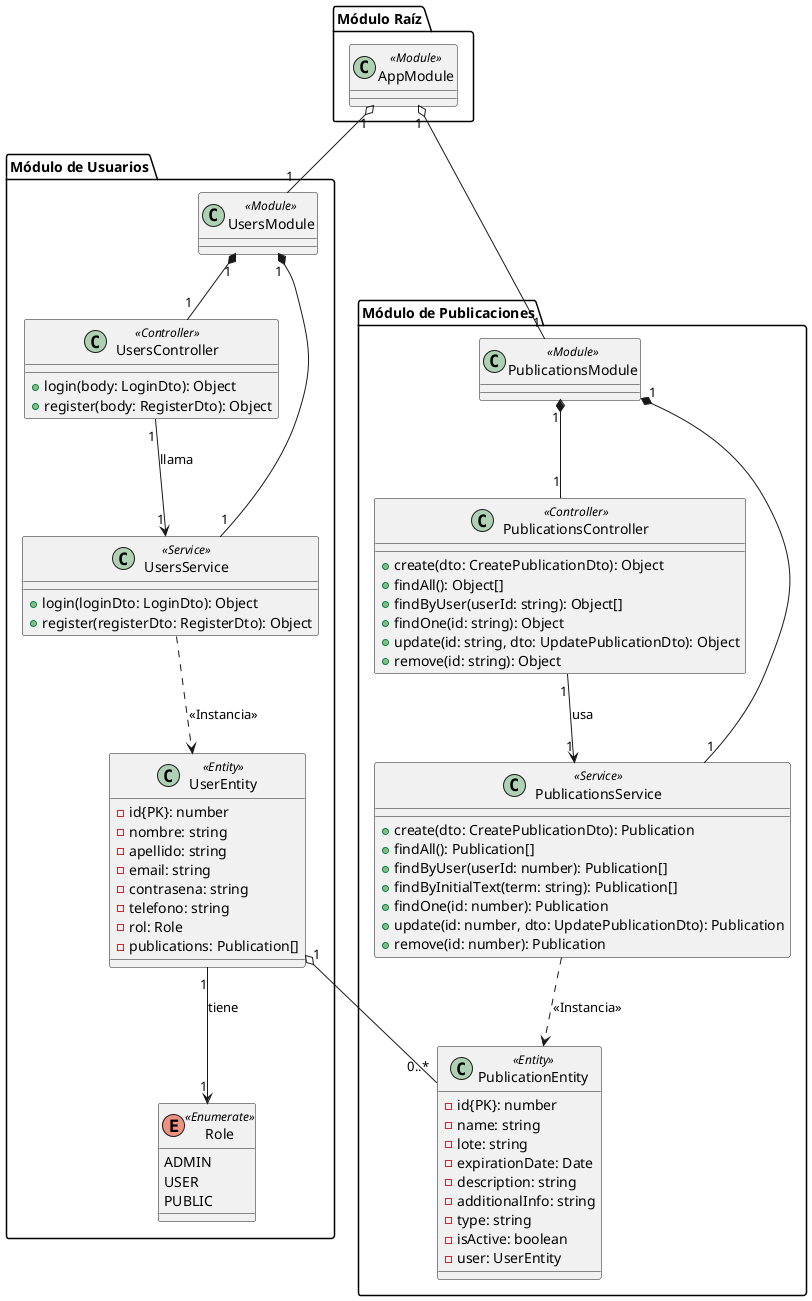
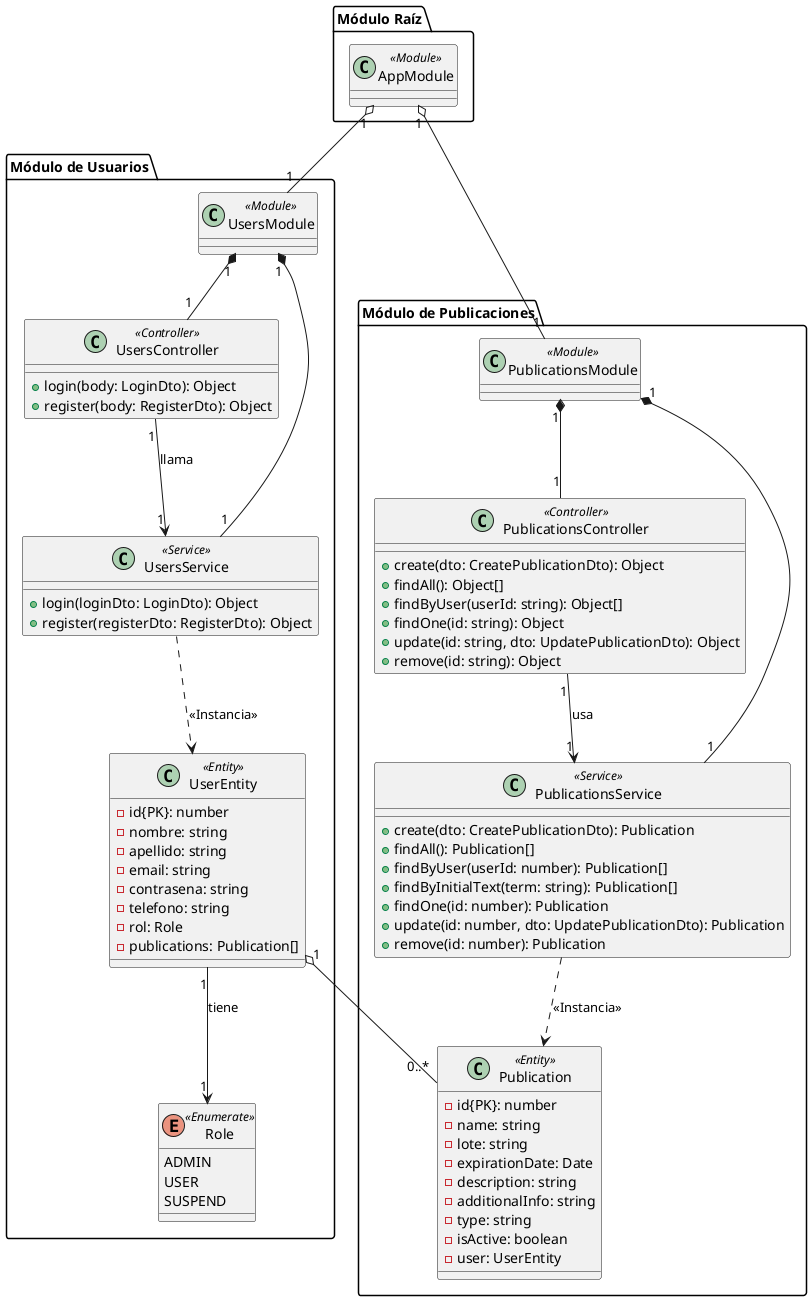
@startuml

package "Módulo Raíz" {
    class AppModule <<Module>> {
    }
}

package "Módulo de Usuarios" {
    class UsersModule <<Module>> {
    }

    enum Role <<Enumerate>>{
        ADMIN
        USER
-         PUBLIC
+         SUSPEND
    }

    class UsersController <<Controller>> {
        + login(body: LoginDto): Object
        + register(body: RegisterDto): Object
    }

    class UsersService <<Service>> {
        + login(loginDto: LoginDto): Object
        + register(registerDto: RegisterDto): Object
    }

    class UserEntity <<Entity>> {
        - id{PK}: number
        - nombre: string
        - apellido: string
        - email: string
        - contrasena: string
        - telefono: string
        - rol: Role
        - publications: Publication[]
    }

    ' Composición: El módulo controla el ciclo de vida de sus componentes
    UsersModule "1" *-- "1" UsersController
    UsersModule "1" *-- "1" UsersService

    ' Asociación: El controlador usa el servicio
    UsersController "1" --> "1" UsersService : llama
    UsersService ..> UserEntity : <<Instancia>>
    UserEntity "1" --> "1" Role : tiene
}

package "Módulo de Publicaciones" {
    class PublicationsModule <<Module>> {
    }

    class PublicationsController <<Controller>> {
        + create(dto: CreatePublicationDto): Object
        + findAll(): Object[]
        + findByUser(userId: string): Object[]
        + findOne(id: string): Object
        + update(id: string, dto: UpdatePublicationDto): Object
        + remove(id: string): Object
    }

    class PublicationsService <<Service>>{
        + create(dto: CreatePublicationDto): Publication
        + findAll(): Publication[]
        + findByUser(userId: number): Publication[]
        + findByInitialText(term: string): Publication[]
        + findOne(id: number): Publication
        + update(id: number, dto: UpdatePublicationDto): Publication
        + remove(id: number): Publication
    }

-     class PublicationEntity <<Entity>> {
+     class Publication <<Entity>> {
        - id{PK}: number
        - name: string
        - lote: string
        - expirationDate: Date
        - description: string
        - additionalInfo: string
        - type: string
        - isActive: boolean
        - user: UserEntity
    }

    ' Composición
    PublicationsModule "1" *-- "1" PublicationsController
    PublicationsModule "1" *-- "1" PublicationsService

    ' Asociación
    PublicationsController "1" --> "1" PublicationsService : usa
-     PublicationsService ..> PublicationEntity : <<Instancia>>
+     PublicationsService ..> Publication : <<Instancia>>
}

' Agregación: El módulo raíz agrupa a los módulos hijos
AppModule "1" o-- "1" UsersModule
AppModule "1" o-- "1" PublicationsModule

' Agregación: Un usuario agrupa publicaciones
- UserEntity "1" o-- "0..*" PublicationEntity
+ UserEntity "1" o-- "0..*" Publication

@enduml
